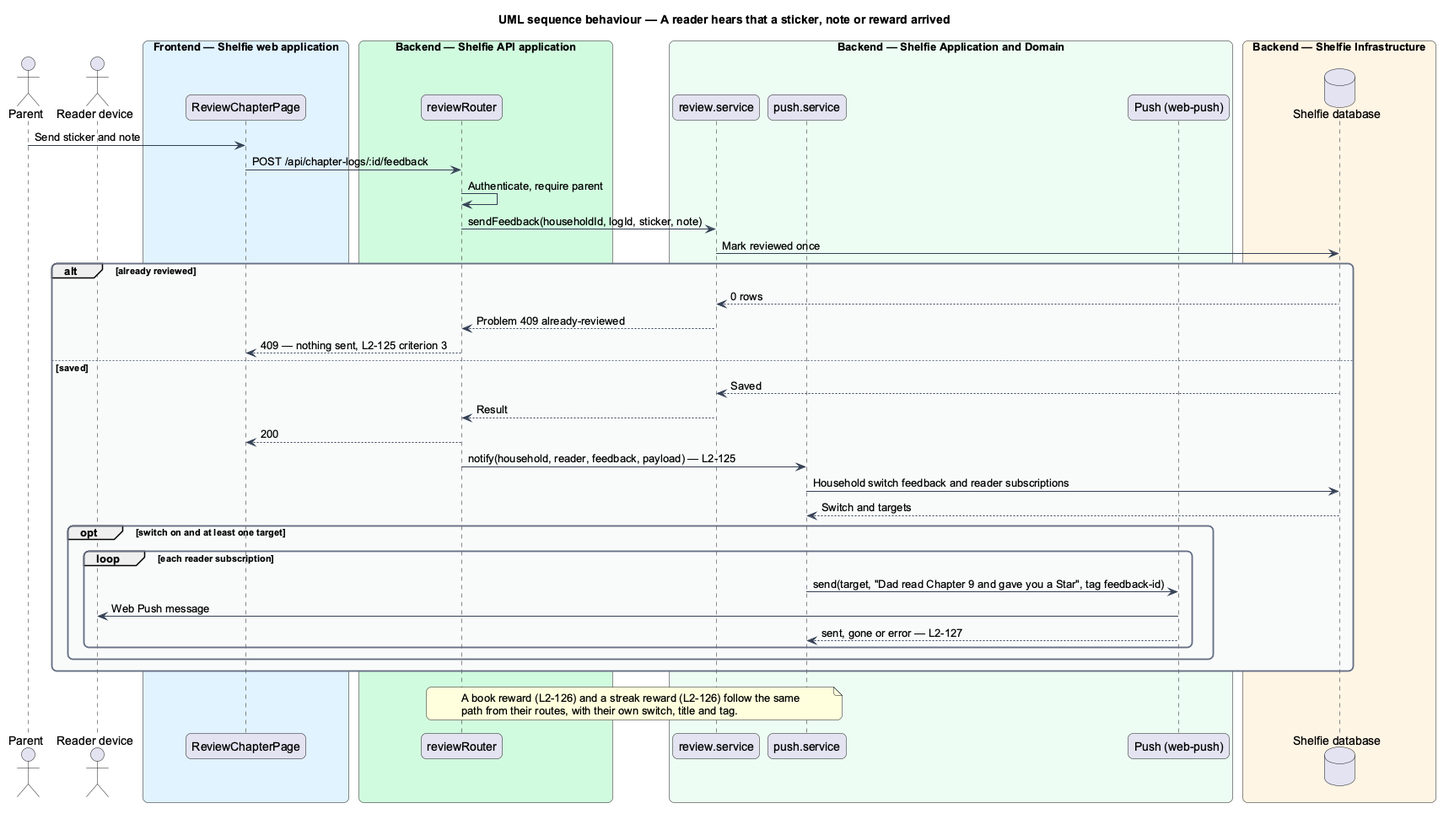
QuinntyneBrown/shelfie keeps this PlantUML diagram as docs/detailed-designs/shell/push-notifications/diagrams/sequence-feedback.png. Above is the earlier version. Its diagram source:
```plantuml
@startuml
title UML sequence behaviour — A reader hears that a sticker, note or reward arrived
skinparam backgroundColor #FFFFFF
skinparam shadowing false
skinparam roundcorner 12
skinparam defaultFontName Arial
skinparam ArrowColor #344054
skinparam rectangle {
  BorderColor #344054
  FontColor #101828
}
skinparam package {
  BorderColor #667085
  FontColor #101828
  BackgroundColor #F9FAFB
}
actor "Parent" as parent
actor "Reader device" as readerdev
box "Frontend — Shelfie web application" #E0F2FE
  participant "ReviewChapterPage" as page
end box
box "Backend — Shelfie API application" #D1FADF
  participant "reviewRouter" as router
end box
box "Backend — Shelfie Application and Domain" #ECFDF3
  participant "review.service" as review
  participant "push.service" as push
  participant "Push (web-push)" as sender
end box
box "Backend — Shelfie Infrastructure" #FFF4E5
  database "Shelfie database" as db
end box
parent -> page : Send sticker and note
page -> router : POST /api/chapter-logs/:id/feedback
router -> router : Authenticate, require parent
router -> review : sendFeedback(householdId, logId, sticker, note)
review -> db : Mark reviewed once
alt already reviewed
  db --> review : 0 rows
  review --> router : Problem 409 already-reviewed
  router --> page : 409 — nothing sent, L2-125 criterion 3
else saved
  db --> review : Saved
  review --> router : Result
  router --> page : 200
  router -> push : notify(household, reader, feedback, payload) — L2-125
  push -> db : Household switch feedback and reader subscriptions
  db --> push : Switch and targets
  opt switch on and at least one target
    loop each reader subscription
      push -> sender : send(target, "Dad read Chapter 9 and gave you a Star", tag feedback-id)
      sender -> readerdev : Web Push message
      sender --> push : sent, gone or error — L2-127
    end
  end
end
note over router, push
A book reward (L2-126) and a streak reward (L2-126) follow the same
path from their routes, with their own switch, title and tag.
end note
@enduml
```
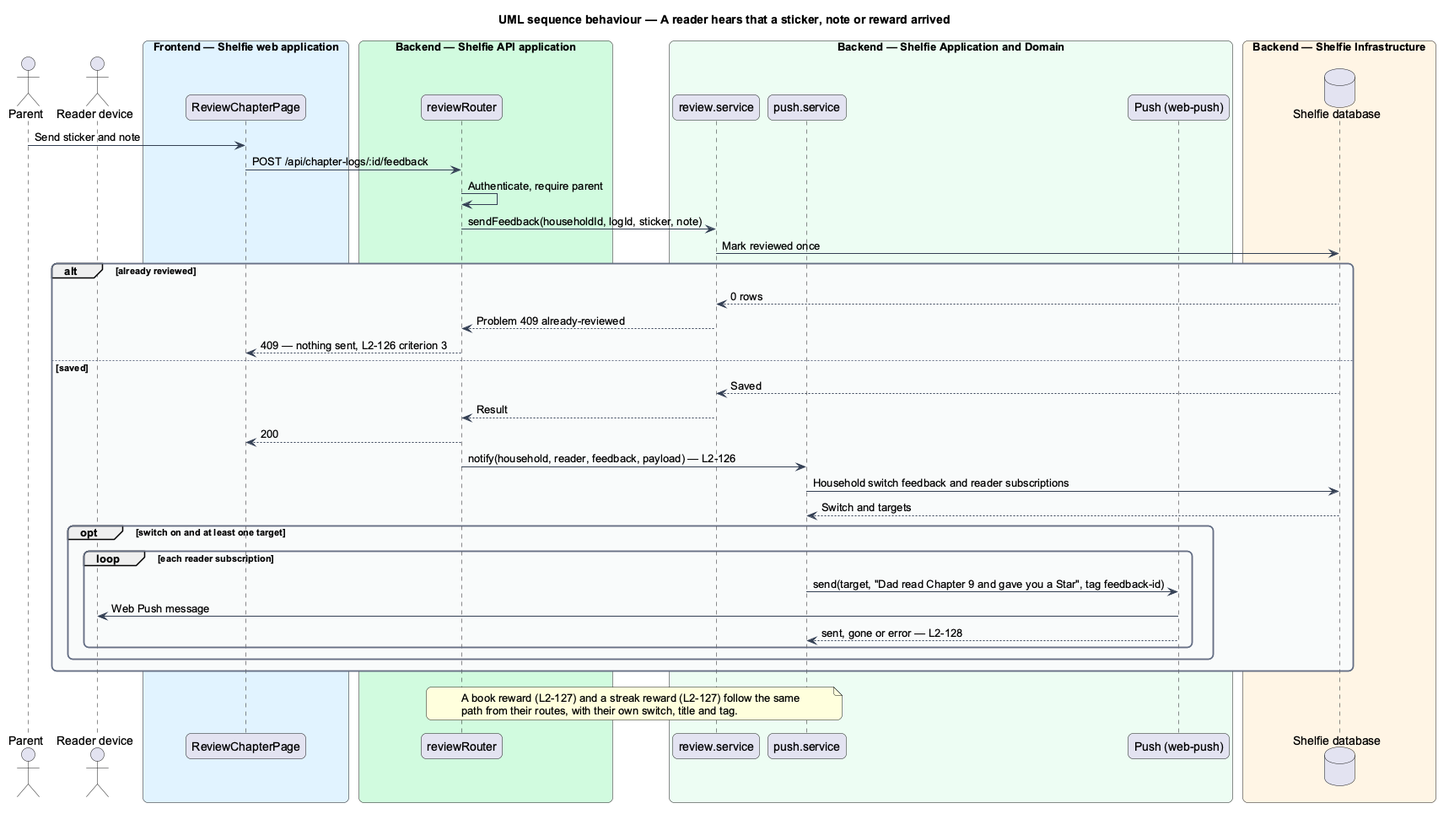
Later version of the same file.

What changed in the source:
```diff
@@ -38,24 +38,24 @@
 alt already reviewed
   db --> review : 0 rows
   review --> router : Problem 409 already-reviewed
-  router --> page : 409 — nothing sent, L2-125 criterion 3
+  router --> page : 409 — nothing sent, L2-126 criterion 3
 else saved
   db --> review : Saved
   review --> router : Result
   router --> page : 200
-  router -> push : notify(household, reader, feedback, payload) — L2-125
+  router -> push : notify(household, reader, feedback, payload) — L2-126
   push -> db : Household switch feedback and reader subscriptions
   db --> push : Switch and targets
   opt switch on and at least one target
     loop each reader subscription
       push -> sender : send(target, "Dad read Chapter 9 and gave you a Star", tag feedback-id)
       sender -> readerdev : Web Push message
-      sender --> push : sent, gone or error — L2-127
+      sender --> push : sent, gone or error — L2-128
     end
   end
 end
 note over router, push
-A book reward (L2-126) and a streak reward (L2-126) follow the same
+A book reward (L2-127) and a streak reward (L2-127) follow the same
 path from their routes, with their own switch, title and tag.
 end note
 @enduml
```
